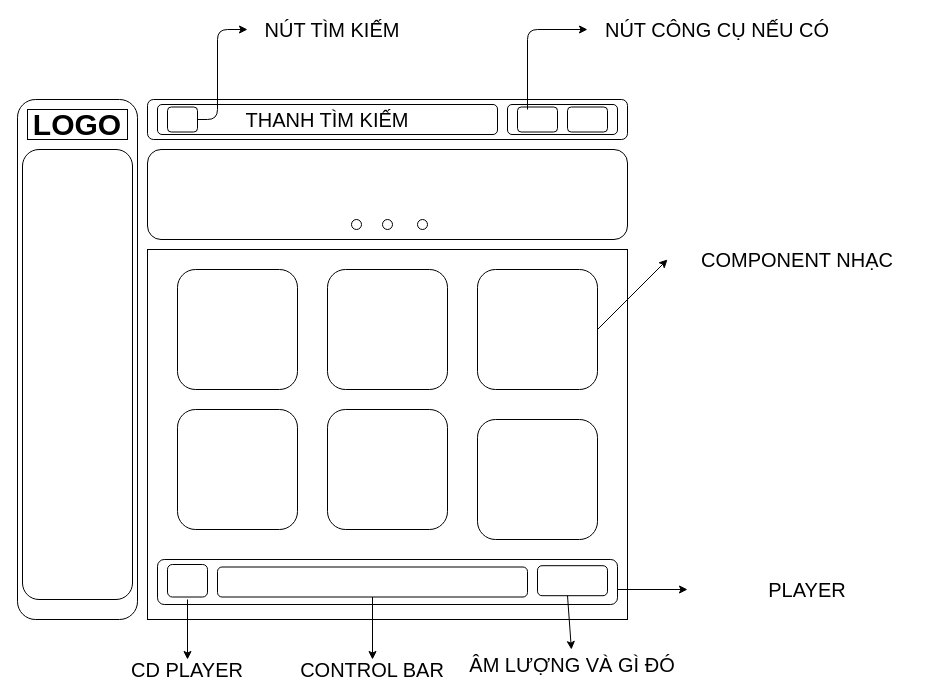
Above: Untitled Diagram.drawio in quyquyquy/C4EJS100-NGODUCQUY (draw.io), before the change. Source tidied: cells renumbered, new cells numbered last; positions are measured from the earlier drawing's top-left corner, leaving out a move shared by most shapes. Both pictures are drawn from the tidied source at 100%, with x=0, y=0 at pixel (17, 19).
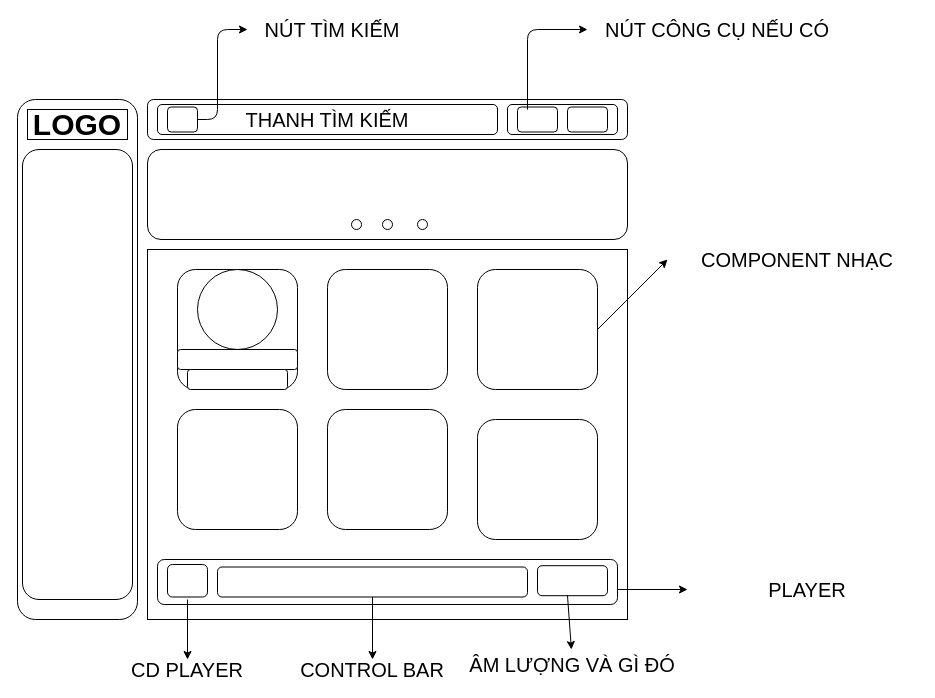
The same diagram, later.

Change to the diagram source:
```diff
@@
+    <mxCell id="42" style="ellipse;whiteSpace=wrap;html=1;fontSize=20;" parent="1" vertex="1">
+      <mxGeometry x="180" y="250" width="80" height="80" as="geometry" />
+    </mxCell>
+    <mxCell id="43" style="rounded=1;whiteSpace=wrap;html=1;fontSize=20;" parent="1" vertex="1">
+      <mxGeometry x="160" y="330" width="120" height="20" as="geometry" />
+    </mxCell>
+    <mxCell id="44" style="rounded=1;whiteSpace=wrap;html=1;fontSize=20;" parent="1" vertex="1">
+      <mxGeometry x="170" y="350" width="100" height="20" as="geometry" />
+    </mxCell>
```
